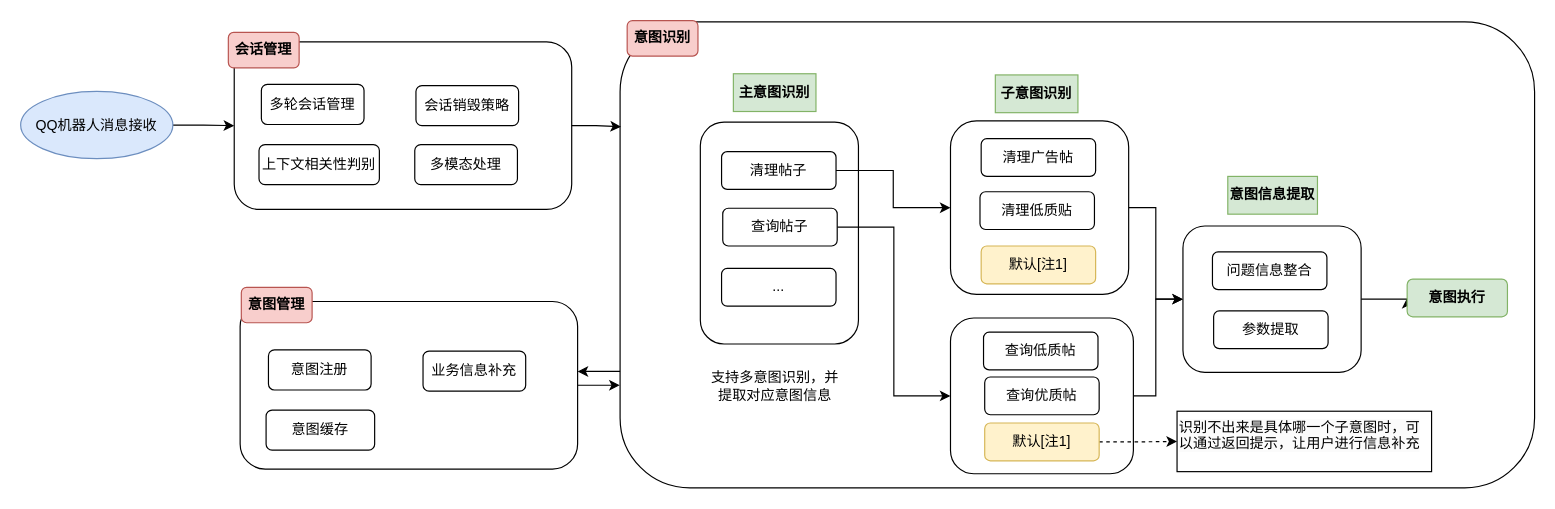
The draw.io diagram diagrams/意图识别.drawio in neoalvin/draw.io, before the edit. Source tidied: cells renumbered, new cells numbered last; positions are measured from the earlier drawing's top-left corner, leaving out a move shared by most shapes. Both pictures are drawn from the tidied source at 118%, with x=0, y=0 at pixel (20, 20).
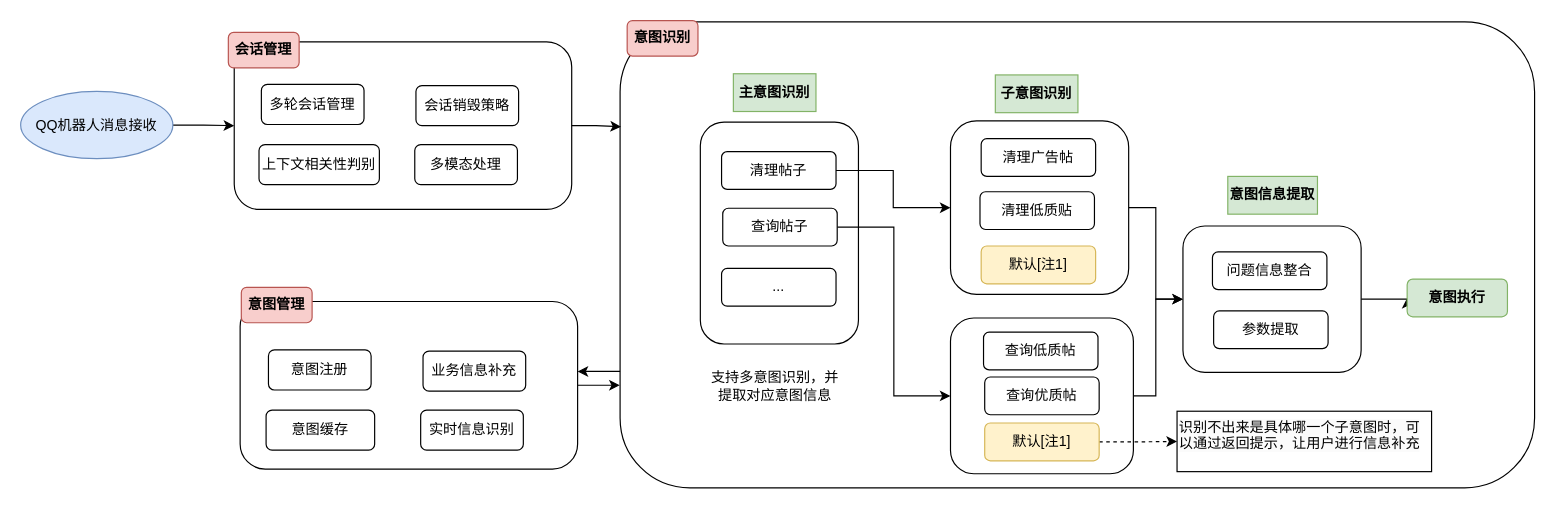
Above is the later version.

Commit message (it also covers changes not shown here):
更新意图识别.drawio

What changed in the source:
```diff
@@
+    <mxCell id="47" value="实时信息识别" style="rounded=1;whiteSpace=wrap;html=1;" parent="1" vertex="1">
+      <mxGeometry x="339" y="330" width="87" height="34" as="geometry" />
+    </mxCell>
```
